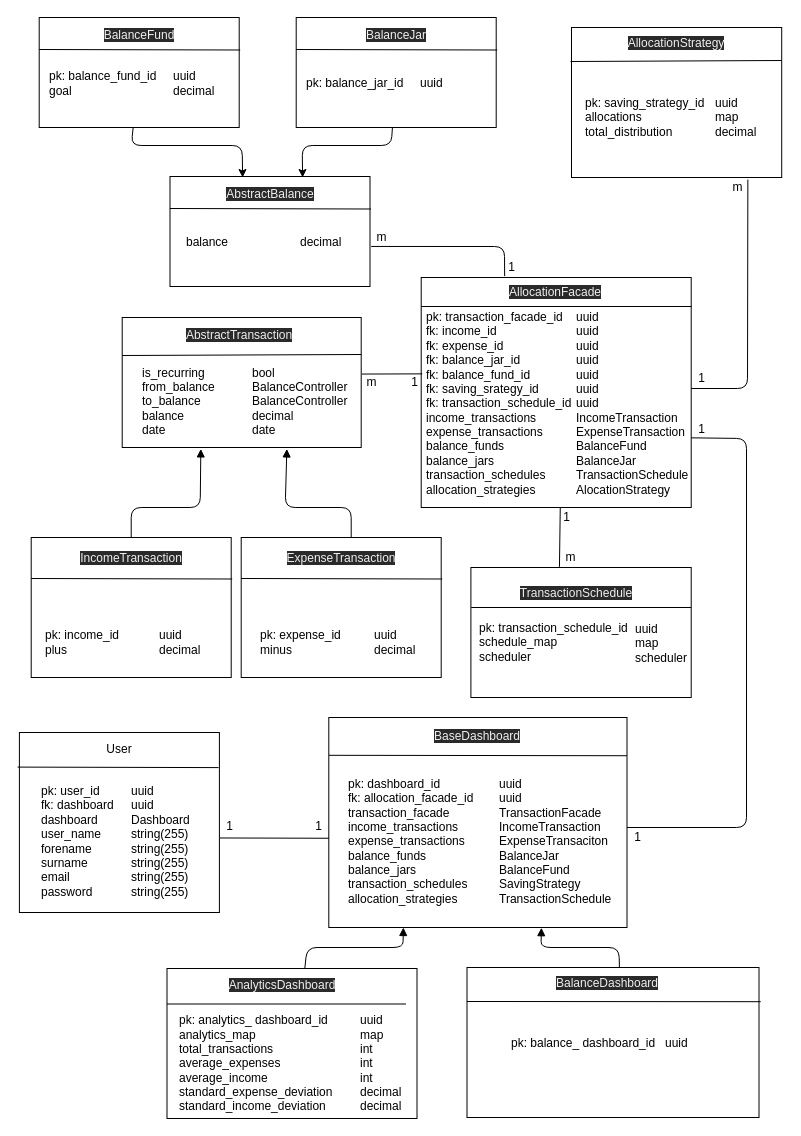
Before: backend/entities.drawio in quantumfate/moneyjar, a draw.io diagram. Source tidied: cells renumbered, new cells numbered last; positions are measured from the earlier drawing's top-left corner, leaving out a move shared by most shapes. Both pictures are drawn from the tidied source at 100%, with x=0, y=0 at pixel (17, 17).
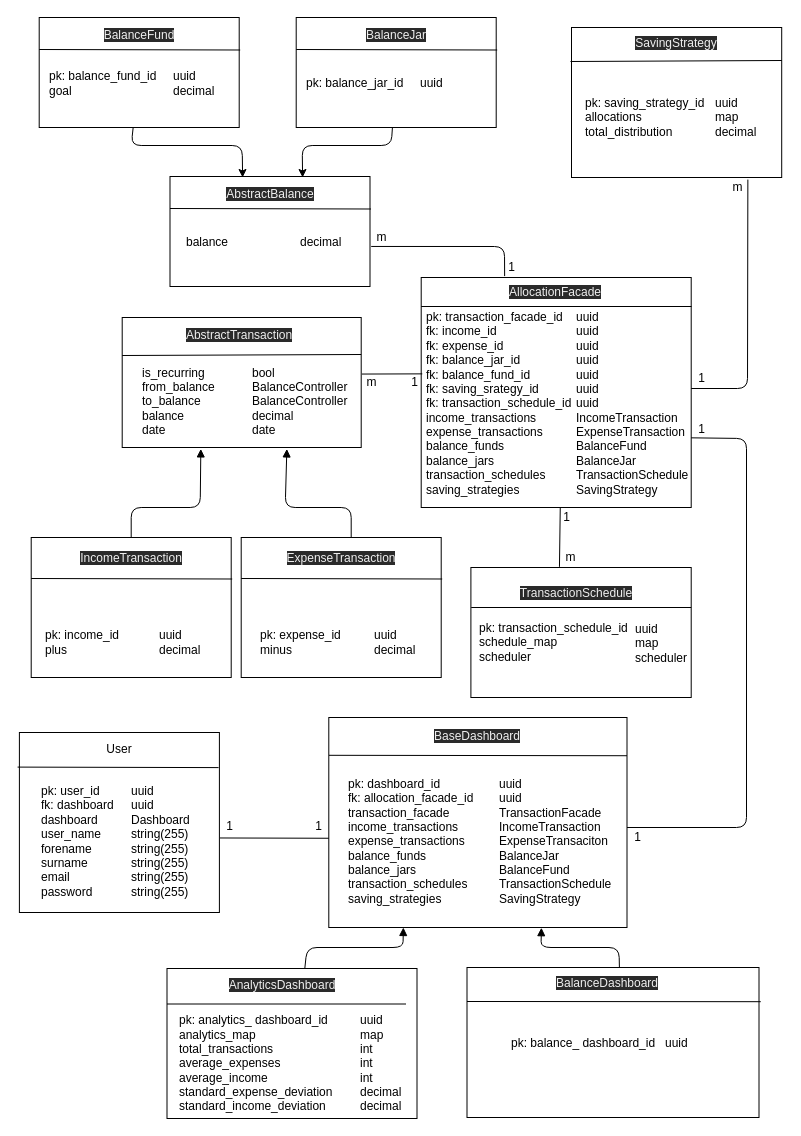
Above is the later version.

What changed in the source:
```diff
@@
-    <mxCell id="17" value="&lt;span style=&quot;color: rgb(240 , 240 , 240) ; font-family: &amp;#34;helvetica&amp;#34; ; font-size: 12px ; font-style: normal ; font-weight: 400 ; letter-spacing: normal ; text-indent: 0px ; text-transform: none ; word-spacing: 0px ; background-color: rgb(42 , 42 , 42) ; display: inline ; float: none&quot;&gt;AllocationStrategy&lt;/span&gt;" style="text;whiteSpace=wrap;html=1;align=center;" parent="1" vertex="1">
+    <mxCell id="17" value="&lt;span style=&quot;color: rgb(240 , 240 , 240) ; font-family: &amp;#34;helvetica&amp;#34; ; font-size: 12px ; font-style: normal ; font-weight: 400 ; letter-spacing: normal ; text-indent: 0px ; text-transform: none ; word-spacing: 0px ; background-color: rgb(42 , 42 , 42) ; display: inline ; float: none&quot;&gt;SavingStrategy&lt;/span&gt;" style="text;whiteSpace=wrap;html=1;align=center;" parent="1" vertex="1">
       <mxGeometry x="604" y="12" width="110" height="30" as="geometry" />
     </mxCell>
@@
-    <mxCell id="39" value="pk: dashboard_id&lt;br&gt;fk: allocation_facade_id&lt;br&gt;transaction_facade&lt;br&gt;income_transactions&lt;br&gt;expense_transactions&lt;br&gt;balance_funds&lt;br&gt;balance_jars&lt;br&gt;transaction_schedules&lt;br&gt;allocation_strategies" style="text;html=1;strokeColor=none;fillColor=none;align=left;verticalAlign=middle;whiteSpace=wrap;rounded=0;" parent="1" vertex="1">
+    <mxCell id="39" value="pk: dashboard_id&lt;br&gt;fk: allocation_facade_id&lt;br&gt;transaction_facade&lt;br&gt;income_transactions&lt;br&gt;expense_transactions&lt;br&gt;balance_funds&lt;br&gt;balance_jars&lt;br&gt;transaction_schedules&lt;br&gt;saving_strategies" style="text;html=1;strokeColor=none;fillColor=none;align=left;verticalAlign=middle;whiteSpace=wrap;rounded=0;" parent="1" vertex="1">
       <mxGeometry x="328.5" y="799" width="151" height="50" as="geometry" />
     </mxCell>
-    <mxCell id="40" value="uuid&lt;br&gt;uuid&lt;br&gt;TransactionFacade&lt;br&gt;IncomeTransaction&lt;br&gt;ExpenseTransaciton&lt;br&gt;BalanceJar&lt;br&gt;BalanceFund&lt;br&gt;SavingStrategy&lt;br&gt;TransactionSchedule" style="text;html=1;align=left;verticalAlign=middle;strokeColor=none;fillColor=none;" parent="1" vertex="1">
+    <mxCell id="40" value="uuid&lt;br&gt;uuid&lt;br&gt;TransactionFacade&lt;br&gt;IncomeTransaction&lt;br&gt;ExpenseTransaciton&lt;br&gt;BalanceJar&lt;br&gt;BalanceFund&lt;br&gt;TransactionSchedule&lt;br&gt;SavingStrategy" style="text;html=1;align=left;verticalAlign=middle;strokeColor=none;fillColor=none;" parent="1" vertex="1">
       <mxGeometry x="479.5" y="759" width="130" height="130" as="geometry" />
     </mxCell>
@@
-    <mxCell id="72" value="pk: transaction_facade_id&lt;br&gt;fk: income_id&lt;br&gt;fk: expense_id&lt;br&gt;fk: balance_jar_id&lt;br&gt;fk: balance_fund_id&lt;br&gt;fk: saving_srategy_id&lt;br&gt;fk: transaction_schedule_id&lt;br&gt;income_transactions&lt;br&gt;expense_transactions&lt;br&gt;balance_funds&lt;br&gt;balance_jars&lt;br&gt;transaction_schedules&lt;br&gt;allocation_strategies" style="text;html=1;strokeColor=none;fillColor=none;align=left;verticalAlign=middle;whiteSpace=wrap;rounded=0;" parent="1" vertex="1">
+    <mxCell id="72" value="pk: transaction_facade_id&lt;br&gt;fk: income_id&lt;br&gt;fk: expense_id&lt;br&gt;fk: balance_jar_id&lt;br&gt;fk: balance_fund_id&lt;br&gt;fk: saving_srategy_id&lt;br&gt;fk: transaction_schedule_id&lt;br&gt;income_transactions&lt;br&gt;expense_transactions&lt;br&gt;balance_funds&lt;br&gt;balance_jars&lt;br&gt;transaction_schedules&lt;br&gt;saving_strategies" style="text;html=1;strokeColor=none;fillColor=none;align=left;verticalAlign=middle;whiteSpace=wrap;rounded=0;" parent="1" vertex="1">
       <mxGeometry x="406.7" y="361" width="151" height="50" as="geometry" />
     </mxCell>
-    <mxCell id="73" value="uuid&lt;br&gt;uuid&lt;br&gt;uuid&lt;br&gt;uuid&lt;br&gt;uuid&lt;br&gt;uuid&lt;br&gt;uuid&lt;br&gt;IncomeTransaction&lt;br&gt;ExpenseTransaction&lt;br&gt;BalanceFund&lt;br&gt;BalanceJar&lt;br&gt;TransactionSchedule&lt;br&gt;AlocationStrategy" style="text;html=1;align=left;verticalAlign=middle;strokeColor=none;fillColor=none;" parent="1" vertex="1">
+    <mxCell id="73" value="uuid&lt;br&gt;uuid&lt;br&gt;uuid&lt;br&gt;uuid&lt;br&gt;uuid&lt;br&gt;uuid&lt;br&gt;uuid&lt;br&gt;IncomeTransaction&lt;br&gt;ExpenseTransaction&lt;br&gt;BalanceFund&lt;br&gt;BalanceJar&lt;br&gt;TransactionSchedule&lt;br&gt;SavingStrategy" style="text;html=1;align=left;verticalAlign=middle;strokeColor=none;fillColor=none;" parent="1" vertex="1">
       <mxGeometry x="556.5" y="291" width="130" height="190" as="geometry" />
     </mxCell>
```
